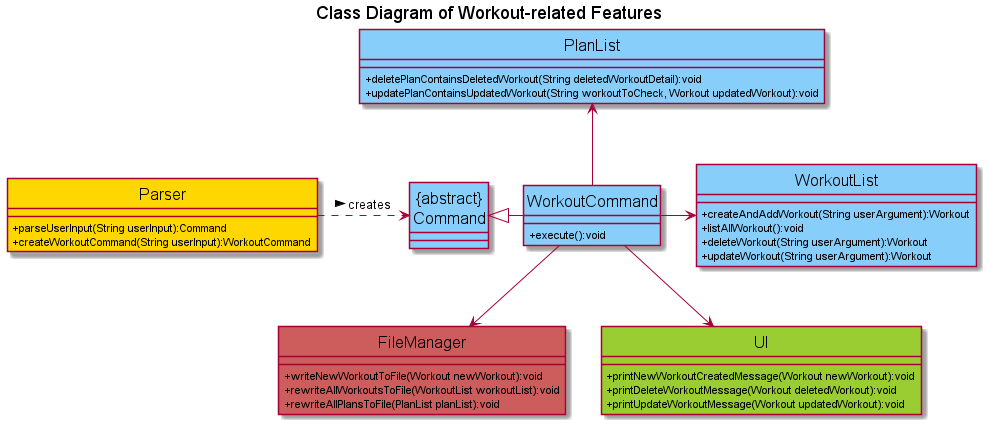
nus-cs2113-AY2122S2/tp keeps this PlantUML diagram as docs/uml/classDiagrams/images/workoutRelatedFeatures.png. Above is the earlier version.
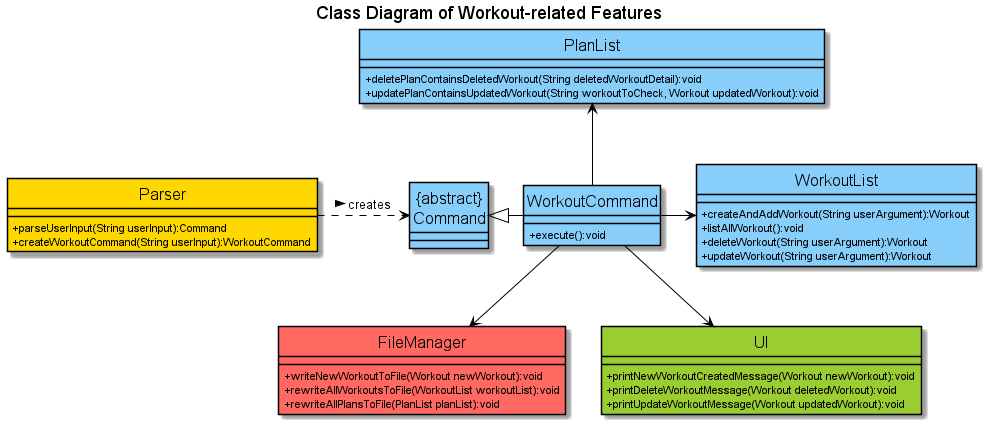
Later version of the same file.

Commit message:
Add colours to workout-related features diagrams

Change to the diagram source:
```diff
@@ -1,6 +1,6 @@
 @startuml
+!include ../Style.puml
 hide circle
-
 skinparam classAttributeIconSize 0
 skinparam classFontSize 16
 title Class Diagram of Workout-related Features
@@ -12,38 +12,38 @@
 WorkoutCommand --> UI
 WorkoutCommand -u-> PlanList
 
-class PlanList #LightSkyBlue {
+class PlanList COLOR_LOGIC {
 + deletePlanContainsDeletedWorkout(String deletedWorkoutDetail):void
 + updatePlanContainsUpdatedWorkout(String workoutToCheck, Workout updatedWorkout):void
 }
 
-class FileManager #IndianRed {
+class FileManager COLOR_STORAGE {
 + writeNewWorkoutToFile(Workout newWorkout):void
 + rewriteAllWorkoutsToFile(WorkoutList workoutList):void
 + rewriteAllPlansToFile(PlanList planList):void
 }
 
-class "{abstract}\nCommand" #LightSkyBlue {
+class "{abstract}\nCommand" COLOR_LOGIC {
 }
 
-class WorkoutCommand #LightSkyBlue {
+class WorkoutCommand COLOR_LOGIC {
 + execute():void
 }
 
-class WorkoutList #LightSkyBlue {
+class WorkoutList COLOR_LOGIC {
 + createAndAddWorkout(String userArgument):Workout
 + listAllWorkout():void
 + deleteWorkout(String userArgument):Workout
 + updateWorkout(String userArgument):Workout
 }
 
-class UI #YellowGreen{
+class UI COLOR_UI {
 + printNewWorkoutCreatedMessage(Workout newWorkout):void
 + printDeleteWorkoutMessage(Workout deletedWorkout):void
 + printUpdateWorkoutMessage(Workout updatedWorkout):void
 }
 
-class Parser #Gold {
+class Parser COLOR_PARSER {
 + parseUserInput(String userInput):Command
 + createWorkoutCommand(String userInput):WorkoutCommand
 }
```
